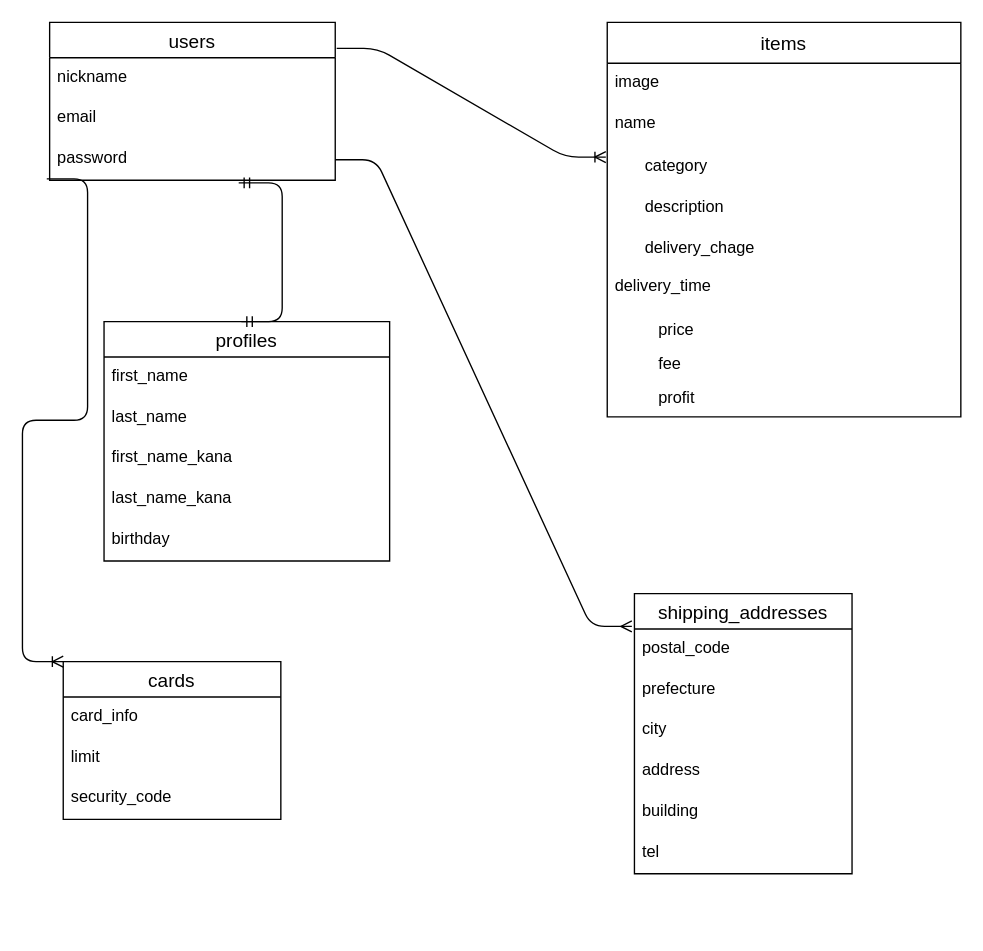
This is furima.dio from YutoTakenaka/furima-34249, a draw.io file, before an edit. Source tidied: cells renumbered, new cells numbered last; positions are measured from the earlier drawing's top-left corner, leaving out a move shared by most shapes. Both pictures are drawn from the tidied source at 136%, with x=0, y=0 at pixel (49, 22).
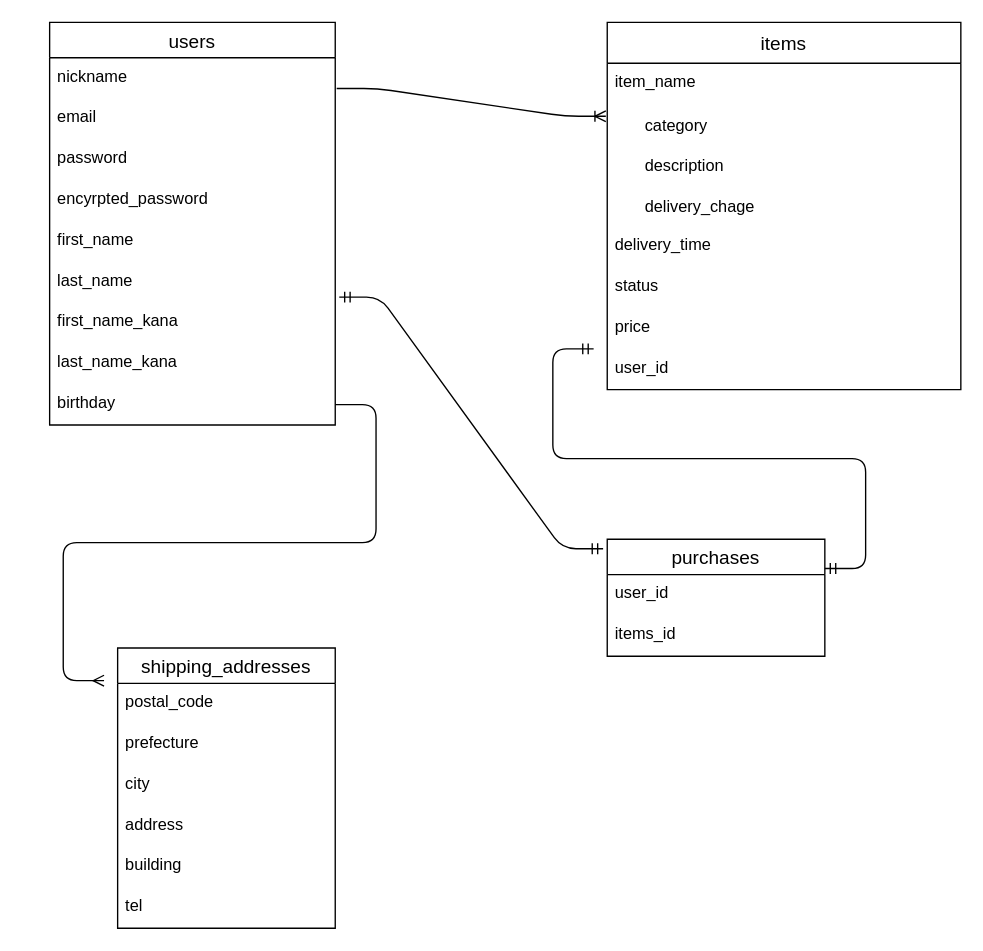
Above is the later version.

Unchanged cells that the change refers to:
```xml
<mxCell id="5" value="password&#10;" style="text;strokeColor=none;fillColor=none;spacingLeft=4;spacingRight=4;overflow=hidden;points=[[0,0.5],[1,0.5]];portConstraint=eastwest;fontSize=12;" parent="2" vertex="1">
  <mxGeometry y="86" width="210" height="30" as="geometry" />
</mxCell>
```

Change to the diagram source:
```diff
@@
     <mxCell id="2" value="users" style="swimlane;fontStyle=0;horizontal=1;startSize=26;align=center;fontSize=14;" parent="1" vertex="1">
-      <mxGeometry width="210" height="116" as="geometry" />
+      <mxGeometry width="210" height="296" as="geometry" />
     </mxCell>
@@
+    <mxCell id="51" value="encyrpted_password&#10;" style="text;strokeColor=none;fillColor=none;spacingLeft=4;spacingRight=4;overflow=hidden;fontSize=12;" parent="2" vertex="1">
+      <mxGeometry y="116" width="210" height="30" as="geometry" />
+    </mxCell>
+    <mxCell id="32" value="first_name" style="text;strokeColor=none;fillColor=none;spacingLeft=4;spacingRight=4;overflow=hidden;fontSize=12;" parent="2" vertex="1">
+      <mxGeometry y="146" width="210" height="30" as="geometry" />
+    </mxCell>
+    <mxCell id="33" value="last_name" style="text;strokeColor=none;fillColor=none;spacingLeft=4;spacingRight=4;overflow=hidden;fontSize=12;" parent="2" vertex="1">
+      <mxGeometry y="176" width="210" height="30" as="geometry" />
+    </mxCell>
+    <mxCell id="34" value="first_name_kana" style="text;strokeColor=none;fillColor=none;spacingLeft=4;spacingRight=4;overflow=hidden;points=[[0,0.5],[1,0.5]];portConstraint=eastwest;fontSize=12;" parent="2" vertex="1">
+      <mxGeometry y="206" width="210" height="30" as="geometry" />
+    </mxCell>
+    <mxCell id="35" value="last_name_kana" style="text;strokeColor=none;fillColor=none;spacingLeft=4;spacingRight=4;overflow=hidden;fontSize=12;" parent="2" vertex="1">
+      <mxGeometry y="236" width="210" height="30" as="geometry" />
+    </mxCell>
+    <mxCell id="36" value="birthday" style="text;strokeColor=none;fillColor=none;spacingLeft=4;spacingRight=4;overflow=hidden;points=[[0,0.5],[1,0.5]];portConstraint=eastwest;fontSize=12;" parent="2" vertex="1">
+      <mxGeometry y="266" width="210" height="30" as="geometry" />
+    </mxCell>
     <mxCell id="6" value="items" style="swimlane;fontStyle=0;horizontal=1;startSize=30;align=center;fontSize=14;" parent="1" vertex="1">
-      <mxGeometry x="410" width="260" height="290" as="geometry" />
+      <mxGeometry x="410" width="260" height="270" as="geometry" />
     </mxCell>
-    <mxCell id="7" value="image" style="text;strokeColor=none;fillColor=none;spacingLeft=4;spacingRight=4;overflow=hidden;fontSize=12;" parent="6" vertex="1">
-      <mxGeometry y="30" width="260" height="30" as="geometry" />
-    </mxCell>
-    <mxCell id="8" value="name" style="text;strokeColor=none;fillColor=none;spacingLeft=4;spacingRight=4;overflow=hidden;fontSize=12;" parent="6" vertex="1">
-      <mxGeometry y="60" width="260" height="30" as="geometry" />
+    <mxCell id="8" value="item_name" style="text;strokeColor=none;fillColor=none;spacingLeft=4;spacingRight=4;overflow=hidden;fontSize=12;" parent="6" vertex="1">
+      <mxGeometry y="30" width="260" height="30" as="geometry" />
     </mxCell>
     <mxCell id="9" style="shape=table;startSize=0;childLayout=tableLayout;rowLines=0;fontStyle=0;align=center;strokeColor=none;fillColor=none;" parent="6" vertex="1">
-      <mxGeometry y="90" width="260" height="90" as="geometry" />
+      <mxGeometry y="60" width="260" height="90" as="geometry" />
     </mxCell>
@@
     <mxCell id="19" value="delivery_time" style="text;strokeColor=none;fillColor=none;spacingLeft=4;spacingRight=4;overflow=hidden;fontSize=12;" parent="6" vertex="1">
-      <mxGeometry y="180" width="260" height="30" as="geometry" />
+      <mxGeometry y="150" width="260" height="30" as="geometry" />
     </mxCell>
-    <mxCell id="20" style="shape=table;startSize=0;childLayout=tableLayout;rowLines=0;fontStyle=0;align=center;strokeColor=none;fillColor=none;" parent="6" vertex="1">
-      <mxGeometry y="210" width="260" height="80" as="geometry" />
-    </mxCell>
-    <mxCell id="21" style="shape=partialRectangle;fillColor=none;top=0;left=0;bottom=0;right=0;" parent="20" vertex="1">
-      <mxGeometry width="260" height="30" as="geometry" />
-    </mxCell>
-    <mxCell id="22" style="shape=partialRectangle;fillColor=none;top=0;left=0;bottom=0;right=0;overflow=hidden;" parent="21" vertex="1">
-      <mxGeometry width="30" height="30" as="geometry" />
-    </mxCell>
+    <mxCell id="52" value="status" style="text;strokeColor=none;fillColor=none;spacingLeft=4;spacingRight=4;overflow=hidden;fontSize=12;" parent="6" vertex="1">
+      <mxGeometry y="180" width="260" height="30" as="geometry" />
+    </mxCell>
-    <mxCell id="23" value="price" style="shape=partialRectangle;fillColor=none;top=0;left=0;bottom=0;right=0;align=left;spacingLeft=6;overflow=hidden;" parent="21" vertex="1">
-      <mxGeometry x="30" width="230" height="30" as="geometry" />
+    <mxCell id="23" value="price" style="text;strokeColor=none;fillColor=none;spacingLeft=4;spacingRight=4;overflow=hidden;fontSize=12;" parent="6" vertex="1">
+      <mxGeometry y="210" width="260" height="30" as="geometry" />
     </mxCell>
-    <mxCell id="24" style="shape=partialRectangle;fillColor=none;top=0;left=0;bottom=0;right=0;" parent="20" vertex="1">
-      <mxGeometry y="30" width="260" height="20" as="geometry" />
-    </mxCell>
-    <mxCell id="25" style="shape=partialRectangle;fillColor=none;top=0;left=0;bottom=0;right=0;overflow=hidden;" parent="24" vertex="1">
-      <mxGeometry width="30" height="20" as="geometry" />
-    </mxCell>
-    <mxCell id="26" value="fee" style="shape=partialRectangle;fillColor=none;top=0;left=0;bottom=0;right=0;align=left;spacingLeft=6;overflow=hidden;" parent="24" vertex="1">
-      <mxGeometry x="30" width="230" height="20" as="geometry" />
-    </mxCell>
-    <mxCell id="27" style="shape=partialRectangle;fillColor=none;top=0;left=0;bottom=0;right=0;" parent="20" vertex="1">
-      <mxGeometry y="50" width="260" height="30" as="geometry" />
-    </mxCell>
-    <mxCell id="28" style="shape=partialRectangle;fillColor=none;top=0;left=0;bottom=0;right=0;overflow=hidden;" parent="27" vertex="1">
-      <mxGeometry width="30" height="30" as="geometry" />
-    </mxCell>
-    <mxCell id="29" value="profit" style="shape=partialRectangle;fillColor=none;top=0;left=0;bottom=0;right=0;align=left;spacingLeft=6;overflow=hidden;" parent="27" vertex="1">
-      <mxGeometry x="30" width="230" height="30" as="geometry" />
-    </mxCell>
+    <mxCell id="53" value="user_id" style="text;strokeColor=none;fillColor=none;spacingLeft=4;spacingRight=4;overflow=hidden;fontSize=12;" parent="6" vertex="1">
+      <mxGeometry y="240" width="260" height="30" as="geometry" />
+    </mxCell>
@@
-    <mxCell id="31" value="profiles" style="swimlane;fontStyle=0;horizontal=1;startSize=26;align=center;fontSize=14;" parent="1" vertex="1">
-      <mxGeometry x="40" y="220" width="210" height="176" as="geometry" />
-    </mxCell>
-    <mxCell id="32" value="first_name" style="text;strokeColor=none;fillColor=none;spacingLeft=4;spacingRight=4;overflow=hidden;fontSize=12;" parent="31" vertex="1">
-      <mxGeometry y="26" width="210" height="30" as="geometry" />
-    </mxCell>
-    <mxCell id="33" value="last_name" style="text;strokeColor=none;fillColor=none;spacingLeft=4;spacingRight=4;overflow=hidden;fontSize=12;" parent="31" vertex="1">
-      <mxGeometry y="56" width="210" height="30" as="geometry" />
-    </mxCell>
-    <mxCell id="34" value="first_name_kana" style="text;strokeColor=none;fillColor=none;spacingLeft=4;spacingRight=4;overflow=hidden;points=[[0,0.5],[1,0.5]];portConstraint=eastwest;fontSize=12;" parent="31" vertex="1">
-      <mxGeometry y="86" width="210" height="30" as="geometry" />
-    </mxCell>
-    <mxCell id="35" value="last_name_kana" style="text;strokeColor=none;fillColor=none;spacingLeft=4;spacingRight=4;overflow=hidden;fontSize=12;" parent="31" vertex="1">
-      <mxGeometry y="116" width="210" height="30" as="geometry" />
-    </mxCell>
-    <mxCell id="36" value="birthday" style="text;strokeColor=none;fillColor=none;spacingLeft=4;spacingRight=4;overflow=hidden;points=[[0,0.5],[1,0.5]];portConstraint=eastwest;fontSize=12;" parent="31" vertex="1">
-      <mxGeometry y="146" width="210" height="30" as="geometry" />
-    </mxCell>
-    <mxCell id="37" style="edgeStyle=entityRelationEdgeStyle;fontSize=12;html=1;endArrow=ERmandOne;startArrow=ERmandOne;entryX=0.662;entryY=1.067;entryDx=0;entryDy=0;entryPerimeter=0;" parent="1" edge="1" target="5">
-      <mxGeometry relative="1" as="geometry">
-        <mxPoint x="141" y="220" as="sourcePoint" />
-      </mxGeometry>
-    </mxCell>
     <mxCell id="38" value="shipping_addresses" style="swimlane;fontStyle=0;horizontal=1;startSize=26;align=center;fontSize=14;" parent="1" vertex="1">
-      <mxGeometry x="430" y="420" width="160" height="206" as="geometry" />
+      <mxGeometry x="50" y="460" width="160" height="206" as="geometry" />
     </mxCell>
@@
-    <mxCell id="45" value="cards" style="swimlane;fontStyle=0;horizontal=1;startSize=26;align=center;fontSize=14;" parent="1" vertex="1">
-      <mxGeometry x="10" y="470" width="160" height="116" as="geometry" />
-    </mxCell>
-    <mxCell id="46" value="card_info" style="text;strokeColor=none;fillColor=none;spacingLeft=4;spacingRight=4;overflow=hidden;fontSize=12;" parent="45" vertex="1">
-      <mxGeometry y="26" width="160" height="30" as="geometry" />
-    </mxCell>
-    <mxCell id="47" value="limit" style="text;strokeColor=none;fillColor=none;spacingLeft=4;spacingRight=4;overflow=hidden;fontSize=12;" parent="45" vertex="1">
-      <mxGeometry y="56" width="160" height="30" as="geometry" />
-    </mxCell>
-    <mxCell id="48" value="security_code" style="text;strokeColor=none;fillColor=none;spacingLeft=4;spacingRight=4;overflow=hidden;fontSize=12;" parent="45" vertex="1">
-      <mxGeometry y="86" width="160" height="30" as="geometry" />
-    </mxCell>
-    <mxCell id="49" style="edgeStyle=entityRelationEdgeStyle;fontSize=12;html=1;endArrow=ERoneToMany;entryX=0;entryY=0;entryDx=0;entryDy=0;exitX=-0.01;exitY=0.967;exitDx=0;exitDy=0;exitPerimeter=0;" parent="1" edge="1" source="5" target="45">
-      <mxGeometry relative="1" as="geometry" />
-    </mxCell>
-    <mxCell id="50" style="edgeStyle=entityRelationEdgeStyle;fontSize=12;html=1;endArrow=ERmany;exitX=1;exitY=0.5;exitDx=0;exitDy=0;entryX=-0.012;entryY=0.117;entryDx=0;entryDy=0;entryPerimeter=0;" parent="1" edge="1" source="5" target="38">
-      <mxGeometry relative="1" as="geometry" />
+    <mxCell id="50" style="edgeStyle=entityRelationEdgeStyle;fontSize=12;html=1;endArrow=ERmany;exitX=1;exitY=0.5;exitDx=0;exitDy=0;" parent="1" edge="1" source="36">
+      <mxGeometry relative="1" as="geometry">
+        <mxPoint x="40" y="484" as="targetPoint" />
+      </mxGeometry>
     </mxCell>
+    <mxCell id="54" value="purchases" style="swimlane;fontStyle=0;horizontal=1;startSize=26;align=center;fontSize=14;" parent="1" vertex="1">
+      <mxGeometry x="410" y="380" width="160" height="86" as="geometry" />
+    </mxCell>
+    <mxCell id="55" value="user_id" style="text;strokeColor=none;fillColor=none;spacingLeft=4;spacingRight=4;overflow=hidden;fontSize=12;" parent="54" vertex="1">
+      <mxGeometry y="26" width="160" height="30" as="geometry" />
+    </mxCell>
+    <mxCell id="56" value="items_id" style="text;strokeColor=none;fillColor=none;spacingLeft=4;spacingRight=4;overflow=hidden;fontSize=12;" parent="54" vertex="1">
+      <mxGeometry y="56" width="160" height="30" as="geometry" />
+    </mxCell>
+    <mxCell id="57" style="edgeStyle=entityRelationEdgeStyle;fontSize=12;html=1;endArrow=ERmandOne;startArrow=ERmandOne;entryX=-0.019;entryY=0.081;entryDx=0;entryDy=0;entryPerimeter=0;exitX=1.014;exitY=-0.133;exitDx=0;exitDy=0;exitPerimeter=0;" parent="1" edge="1" source="34" target="54">
+      <mxGeometry relative="1" as="geometry" />
+    </mxCell>
+    <mxCell id="58" style="edgeStyle=entityRelationEdgeStyle;fontSize=12;html=1;endArrow=ERmandOne;startArrow=ERmandOne;exitX=1;exitY=0.25;exitDx=0;exitDy=0;" parent="1" edge="1" source="54">
+      <mxGeometry relative="1" as="geometry">
+        <mxPoint x="400" y="240" as="targetPoint" />
+      </mxGeometry>
+    </mxCell>
```
